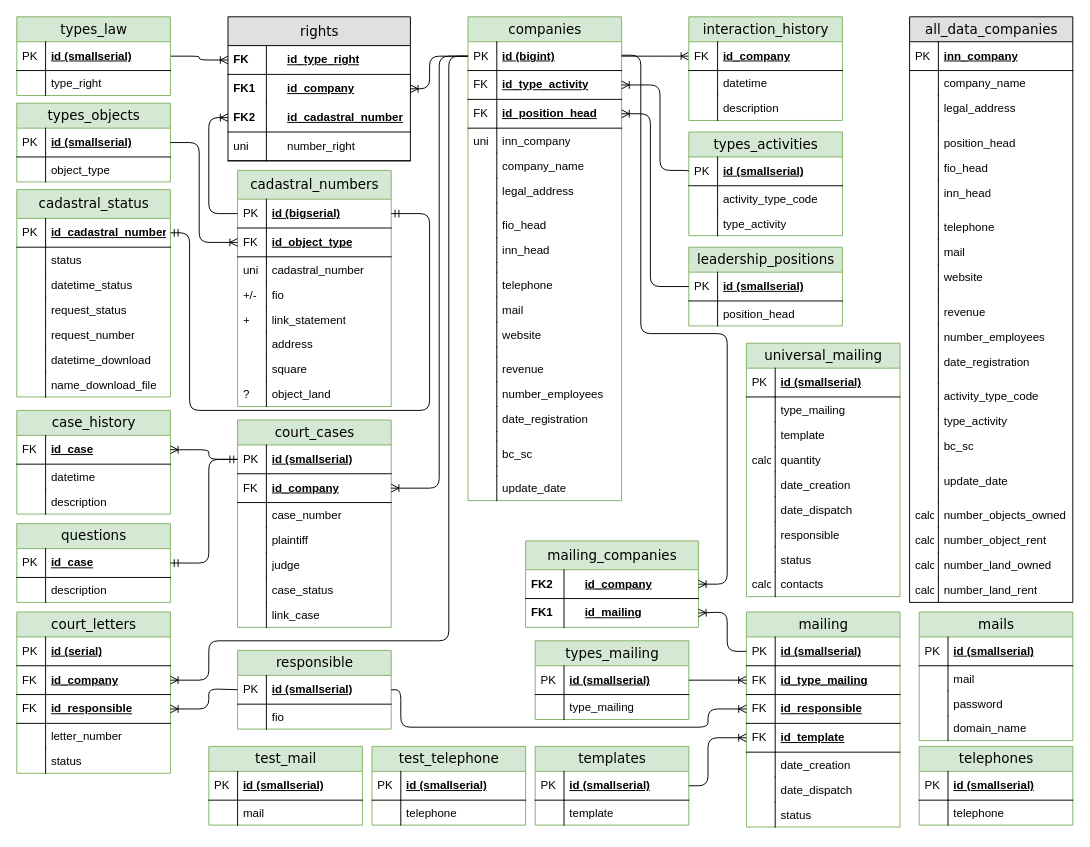
The draw.io diagram Диаграмма без названия.drawio in meadowse/factorial, before the edit. Source tidied: cells renumbered, new cells numbered last; positions are measured from the earlier drawing's top-left corner, leaving out a move shared by most shapes. Both pictures are drawn from the tidied source at 96%, with x=0, y=0 at pixel (16, 16).
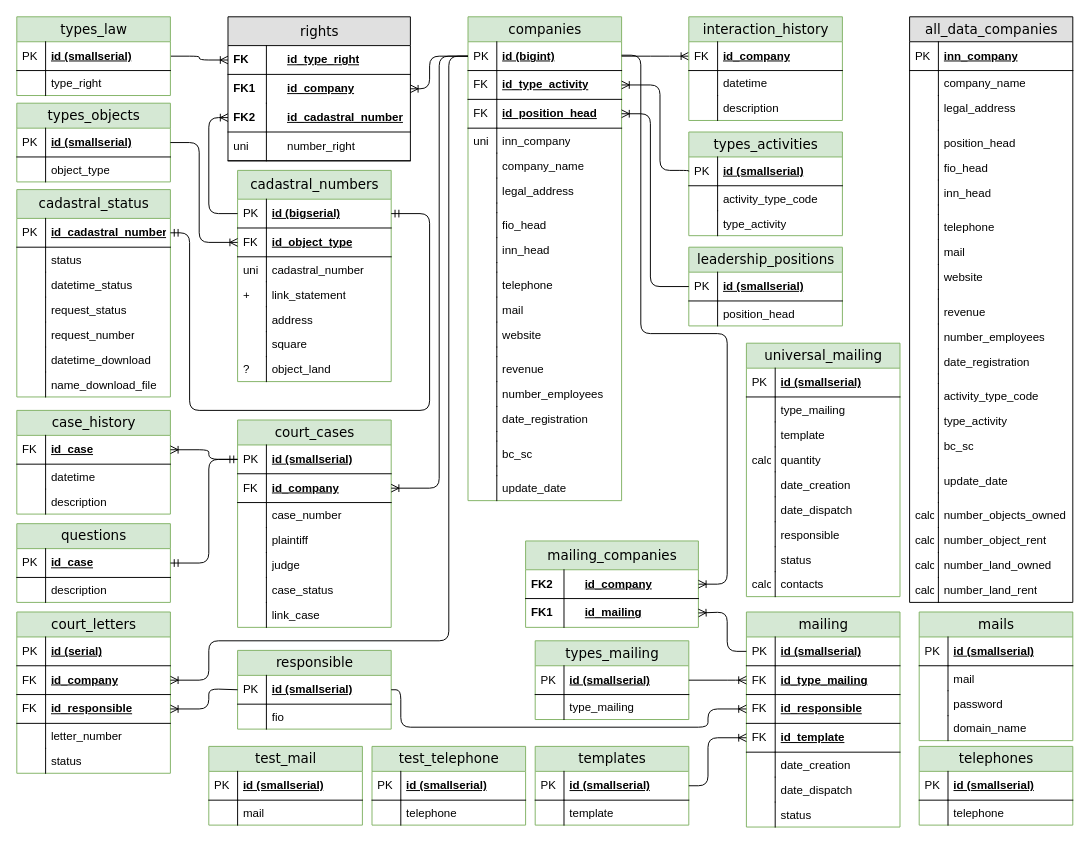
After the change.

Diff of the diagram source:
```diff
@@
     <mxCell id="70" value="cadastral_numbers" style="swimlane;html=1;fontStyle=0;horizontal=1;startSize=30;fillColor=#d5e8d4;swimlaneFillColor=#ffffff;align=center;rounded=0;shadow=0;comic=0;labelBackgroundColor=none;strokeWidth=1;fontFamily=Verdana;fontSize=14;strokeColor=#82b366;" parent="1" vertex="1">
-      <mxGeometry x="230" y="160" width="160" height="246" as="geometry" />
+      <mxGeometry x="230" y="160" width="160" height="220" as="geometry" />
     </mxCell>
@@
-    <mxCell id="77" value="fio" style="shape=partialRectangle;top=0;left=0;right=0;bottom=0;html=1;align=left;verticalAlign=top;fillColor=none;spacingLeft=34;spacingRight=4;whiteSpace=wrap;overflow=hidden;" parent="70" vertex="1">
-      <mxGeometry y="116" width="160" height="26" as="geometry" />
-    </mxCell>
-    <mxCell id="78" value="+/-" style="shape=partialRectangle;top=0;left=0;bottom=0;html=1;fillColor=none;align=left;verticalAlign=top;spacingLeft=4;spacingRight=4;whiteSpace=wrap;overflow=hidden;" parent="77" vertex="1">
-      <mxGeometry width="30" height="26" as="geometry" />
-    </mxCell>
     <mxCell id="79" value="link_statement" style="shape=partialRectangle;top=0;left=0;right=0;bottom=0;html=1;align=left;verticalAlign=top;fillColor=none;spacingLeft=34;spacingRight=4;whiteSpace=wrap;overflow=hidden;" parent="70" vertex="1">
-      <mxGeometry y="142" width="160" height="26" as="geometry" />
+      <mxGeometry y="116" width="160" height="26" as="geometry" />
     </mxCell>
@@
     <mxCell id="81" value="address" style="shape=partialRectangle;top=0;left=0;right=0;bottom=0;html=1;align=left;verticalAlign=top;fillColor=none;spacingLeft=34;spacingRight=4;whiteSpace=wrap;overflow=hidden;" parent="70" vertex="1">
-      <mxGeometry y="168" width="160" height="26" as="geometry" />
+      <mxGeometry y="142" width="160" height="26" as="geometry" />
     </mxCell>
@@
     <mxCell id="83" value="square" style="shape=partialRectangle;top=0;left=0;right=0;bottom=0;html=1;align=left;verticalAlign=top;fillColor=none;spacingLeft=34;spacingRight=4;whiteSpace=wrap;overflow=hidden;" parent="70" vertex="1">
-      <mxGeometry y="194" width="160" height="26" as="geometry" />
+      <mxGeometry y="168" width="160" height="26" as="geometry" />
     </mxCell>
@@
     <mxCell id="85" value="object_land" style="shape=partialRectangle;top=0;left=0;right=0;bottom=0;html=1;align=left;verticalAlign=top;fillColor=none;spacingLeft=34;spacingRight=4;whiteSpace=wrap;overflow=hidden;" parent="70" vertex="1">
-      <mxGeometry y="220" width="160" height="26" as="geometry" />
+      <mxGeometry y="194" width="160" height="26" as="geometry" />
     </mxCell>
```
